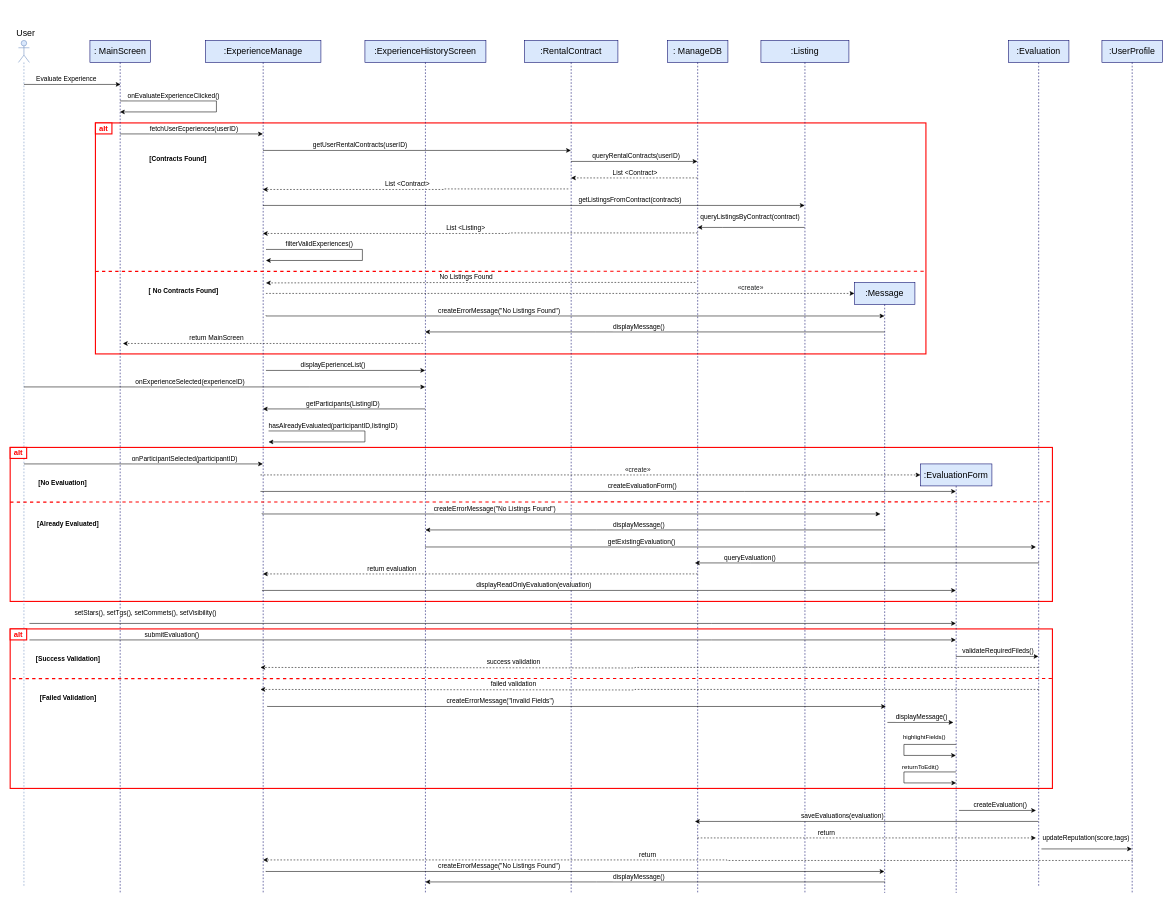
Earlier version of the draw.io diagram page "user-case-4" (4 of 6) of Παραδοτέο 2/Diagrams/sequences.drawio (evelinastavropoulou/HomeLink). Source tidied: cells renumbered, new cells numbered last; positions are measured from the earlier drawing's top-left corner, leaving out a move shared by most shapes. Both pictures are drawn from the tidied source at 55%, with x=0, y=0 at pixel (10, 29).
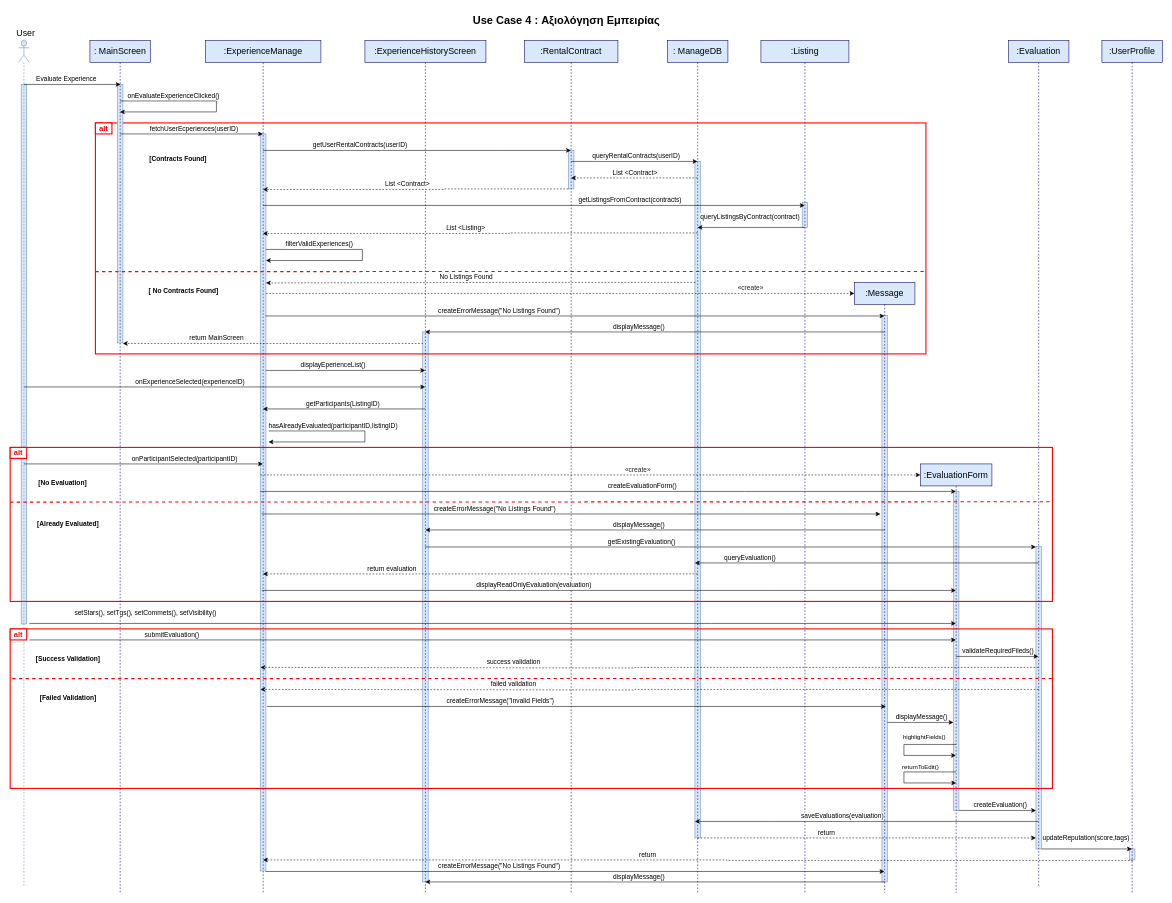
The same diagram, later.

Diff of the diagram source:
```diff
@@
+    <mxCell id="122" style="rounded=0;whiteSpace=wrap;html=1;fillColor=#dae8fc;strokeColor=#6c8ebf;" parent="1" vertex="1">
+      <mxGeometry x="2035" y="1490" width="10" height="20" as="geometry" />
+    </mxCell>
+    <mxCell id="123" style="rounded=0;whiteSpace=wrap;html=1;fillColor=#dae8fc;strokeColor=#6c8ebf;" parent="1" vertex="1">
+      <mxGeometry x="1865" y="940" width="10" height="550" as="geometry" />
+    </mxCell>
+    <mxCell id="124" style="rounded=0;whiteSpace=wrap;html=1;fillColor=#dae8fc;strokeColor=#6c8ebf;" parent="1" vertex="1">
+      <mxGeometry x="1715" y="840" width="10" height="580" as="geometry" />
+    </mxCell>
+    <mxCell id="125" style="rounded=0;whiteSpace=wrap;html=1;fillColor=#dae8fc;strokeColor=#6c8ebf;" parent="1" vertex="1">
+      <mxGeometry x="1585" y="520" width="10" height="1030" as="geometry" />
+    </mxCell>
+    <mxCell id="126" style="rounded=0;whiteSpace=wrap;html=1;fillColor=#dae8fc;strokeColor=#6c8ebf;" parent="1" vertex="1">
+      <mxGeometry x="1440" y="315" width="10" height="45" as="geometry" />
+    </mxCell>
+    <mxCell id="127" style="rounded=0;whiteSpace=wrap;html=1;fillColor=#dae8fc;strokeColor=#6c8ebf;" parent="1" vertex="1">
+      <mxGeometry x="1245" y="240" width="10" height="1230" as="geometry" />
+    </mxCell>
+    <mxCell id="128" style="rounded=0;whiteSpace=wrap;html=1;fillColor=#dae8fc;strokeColor=#6c8ebf;" parent="1" vertex="1">
+      <mxGeometry x="1015" y="220" width="10" height="70" as="geometry" />
+    </mxCell>
+    <mxCell id="129" style="rounded=0;whiteSpace=wrap;html=1;fillColor=#dae8fc;strokeColor=#6c8ebf;" parent="1" vertex="1">
+      <mxGeometry x="750" y="550" width="10" height="1000" as="geometry" />
+    </mxCell>
+    <mxCell id="130" style="rounded=0;whiteSpace=wrap;html=1;fillColor=#dae8fc;strokeColor=#6c8ebf;" parent="1" vertex="1">
+      <mxGeometry x="455" y="190" width="10" height="1340" as="geometry" />
+    </mxCell>
+    <mxCell id="4" style="rounded=0;whiteSpace=wrap;html=1;fillColor=none;strokeColor=#FF0000;strokeWidth=2;fontSize=14;" parent="1" vertex="1">
+      <mxGeometry x="155" y="170" width="1510" height="420" as="geometry" />
+    </mxCell>
+    <mxCell id="131" style="rounded=0;whiteSpace=wrap;html=1;fillColor=#dae8fc;strokeColor=#6c8ebf;" parent="1" vertex="1">
+      <mxGeometry x="195" y="100" width="10" height="470" as="geometry" />
+    </mxCell>
+    <mxCell id="132" style="rounded=0;whiteSpace=wrap;html=1;fillColor=#dae8fc;strokeColor=#6c8ebf;" parent="1" vertex="1">
+      <mxGeometry x="20" y="100" width="10" height="981" as="geometry" />
+    </mxCell>
@@
-    <mxCell id="4" style="rounded=0;whiteSpace=wrap;html=1;fillColor=none;strokeColor=#FF0000;strokeWidth=2;fontSize=14;" parent="1" vertex="1">
-      <mxGeometry x="155" y="170" width="1510" height="420" as="geometry" />
-    </mxCell>
@@
-    <mxCell id="51" style="endArrow=none;dashed=1;html=1;strokeWidth=2;rounded=0;fillColor=#f8cecc;strokeColor=#FF0000;fontSize=14;entryX=1;entryY=0.642;entryDx=0;entryDy=0;entryPerimeter=0;" parent="1" edge="1" target="4">
+    <mxCell id="51" style="endArrow=none;dashed=1;html=1;strokeWidth=2;rounded=0;fillColor=#f8cecc;strokeColor=#FF0000;fontSize=14;entryX=1;entryY=0.642;entryDx=0;entryDy=0;entryPerimeter=0;" parent="1" edge="1">
       <mxGeometry relative="1" as="geometry">
-        <mxPoint x="155" y="440" as="sourcePoint" />
+        <mxPoint x="155" y="440.4" as="sourcePoint" />
+        <mxPoint x="1665" y="440" as="targetPoint" />
       </mxGeometry>
     </mxCell>
@@
+    <mxCell id="133" value="Use Case 4 : Αξιολόγηση Εμπειρίας" style="text;html=1;align=center;verticalAlign=middle;strokeColor=none;fillColor=none;fontSize=20;fontStyle=1;" parent="1" vertex="1">
+      <mxGeometry x="835" y="-36" width="351" height="36" as="geometry" />
+    </mxCell>
```
